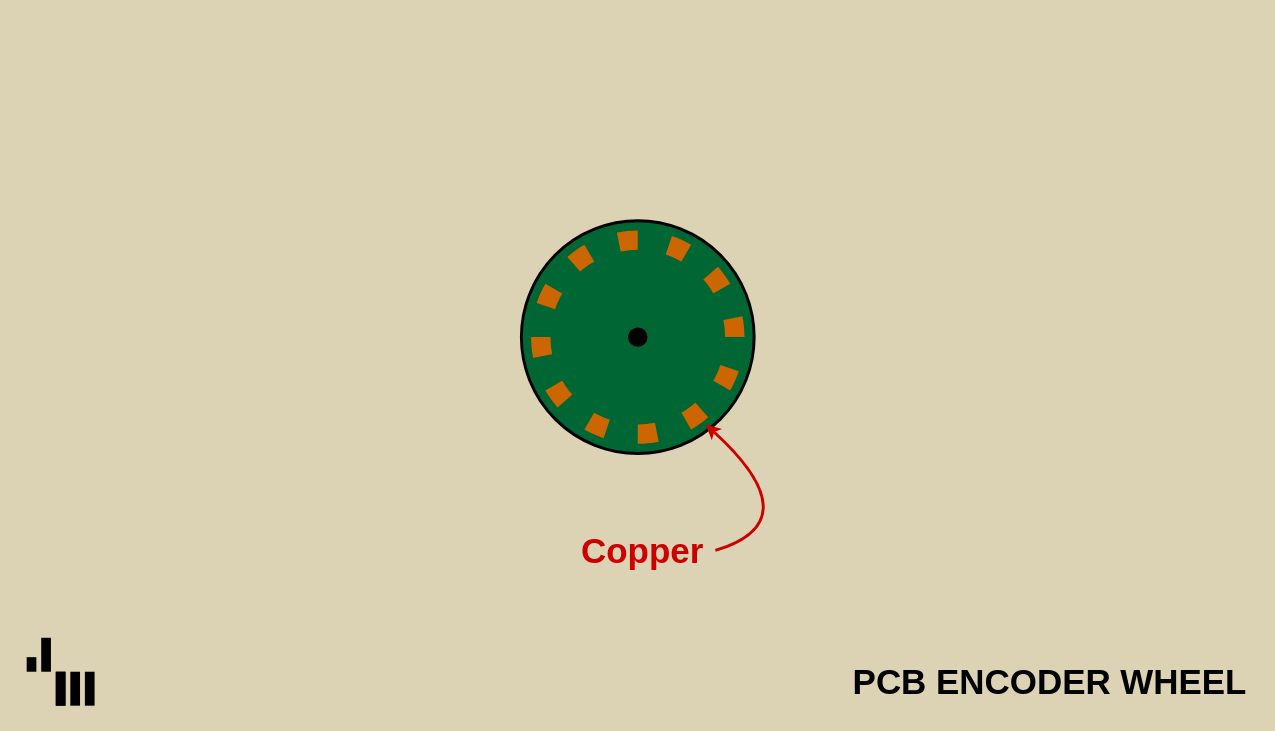
Earlier version of the draw.io diagram page "inductive encoder idea" (4 of 8) of diagrams/episode 1/episode 1.drawio (jay-maybe/robot). Source tidied: cells renumbered, new cells numbered last; positions are measured from the earlier drawing's top-left corner, leaving out a move shared by most shapes. Both pictures are drawn from the tidied source at 97%, with x=0, y=0 at pixel (16, 16).
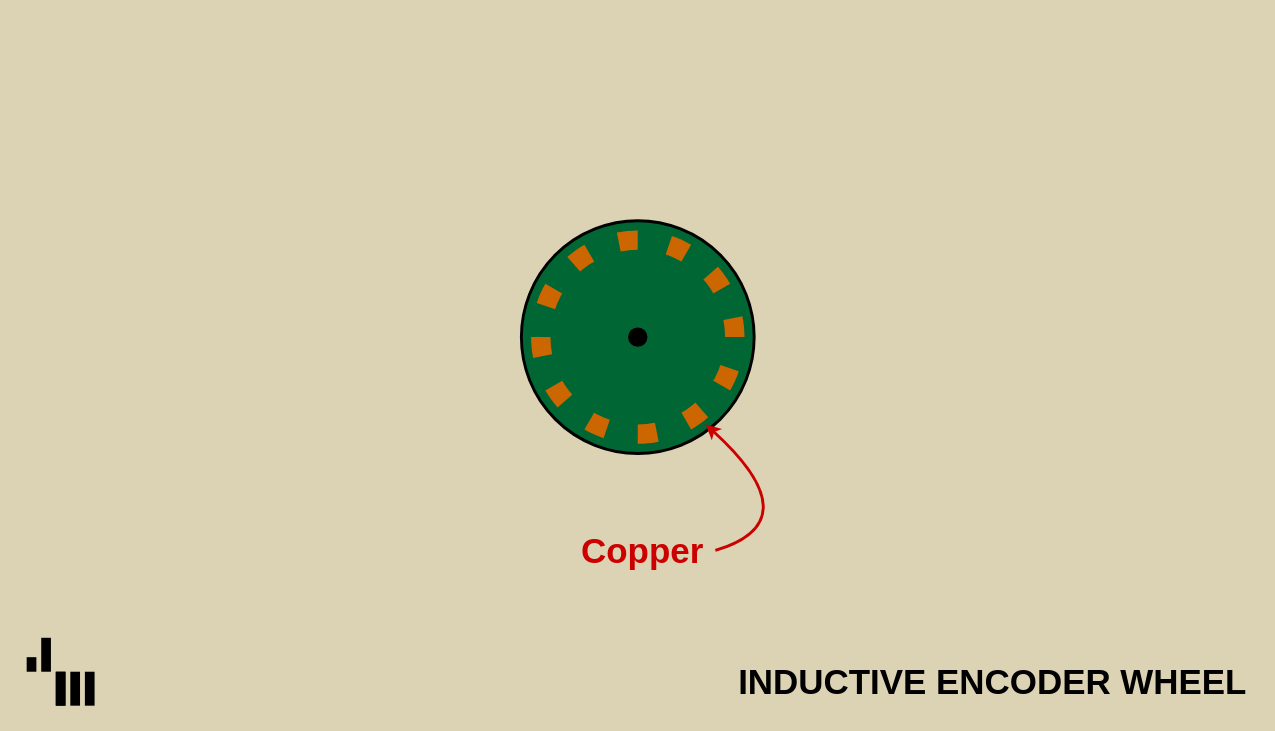
Above is the later version.

Commit message (it also covers changes not shown here):
episode 1 visuals

What changed in the source:
```diff
@@
-    <mxCell id="15" value="&lt;font face=&quot;Space Mono&quot;&gt;&lt;span style=&quot;font-size: 36px;&quot;&gt;&lt;b&gt;PCB ENCODER WHEEL&amp;nbsp;&lt;/b&gt;&lt;/span&gt;&lt;/font&gt;" style="text;html=1;whiteSpace=wrap;strokeColor=none;fillColor=none;align=right;verticalAlign=middle;rounded=0;fontSize=24;" parent="1" vertex="1">
+    <mxCell id="15" value="&lt;font face=&quot;Space Mono&quot;&gt;&lt;span style=&quot;font-size: 36px;&quot;&gt;&lt;b&gt;INDUCTIVE ENCODER WHEEL&amp;nbsp;&lt;/b&gt;&lt;/span&gt;&lt;/font&gt;" style="text;html=1;whiteSpace=wrap;strokeColor=none;fillColor=none;align=right;verticalAlign=middle;rounded=0;fontSize=24;" parent="1" vertex="1">
       <mxGeometry x="710" y="650" width="570" height="70" as="geometry" />
     </mxCell>
```
